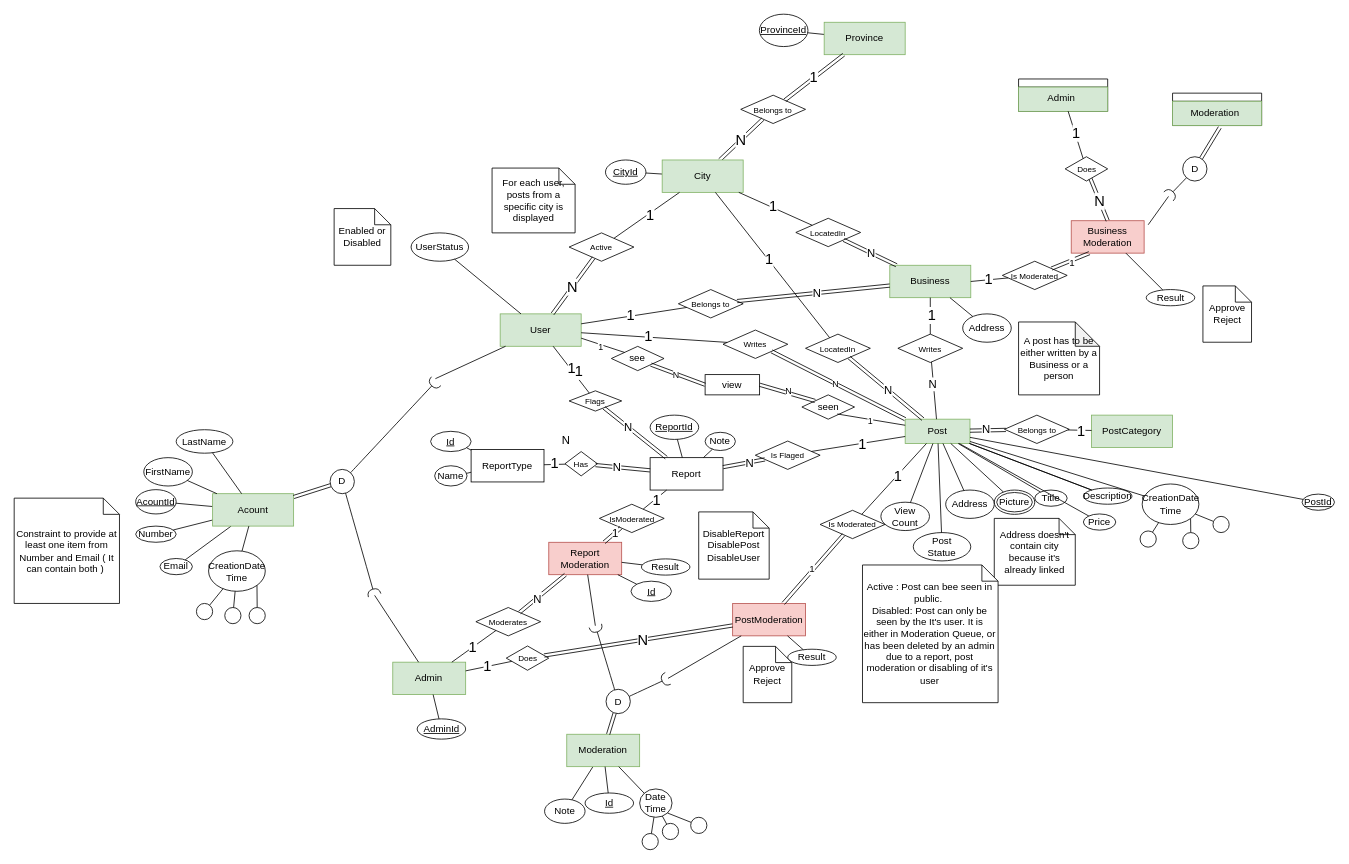
Above: Project.drawio in khebrati/HamsellDatabase (draw.io), before the change. Source tidied: cells renumbered, new cells numbered last; positions are measured from the earlier drawing's top-left corner, leaving out a move shared by most shapes. Both pictures are drawn from the tidied source at 81%, with x=0, y=0 at pixel (14, 14).
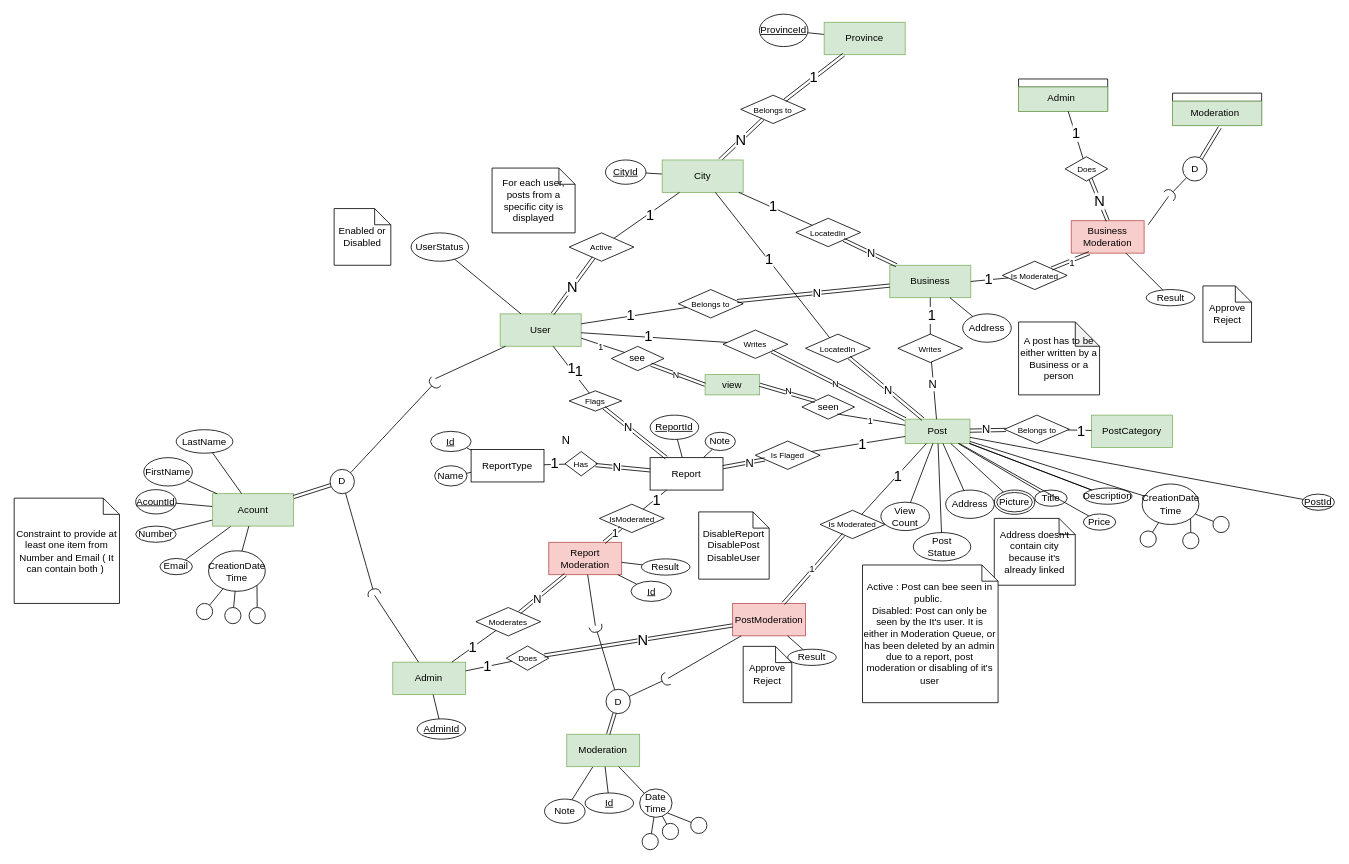
Above is the later version.

Commit message (it also covers changes not shown here):
ReportType table added

Diff of the diagram source:
```diff
@@
-    <mxCell id="210" value="view" style="whiteSpace=wrap;html=1;align=center;" parent="1" vertex="1">
+    <mxCell id="210" value="view" style="whiteSpace=wrap;html=1;align=center;fillColor=#d5e8d4;strokeColor=#82b366;" parent="1" vertex="1">
       <mxGeometry x="853" y="445" width="67.3" height="25" as="geometry" />
     </mxCell>
```
